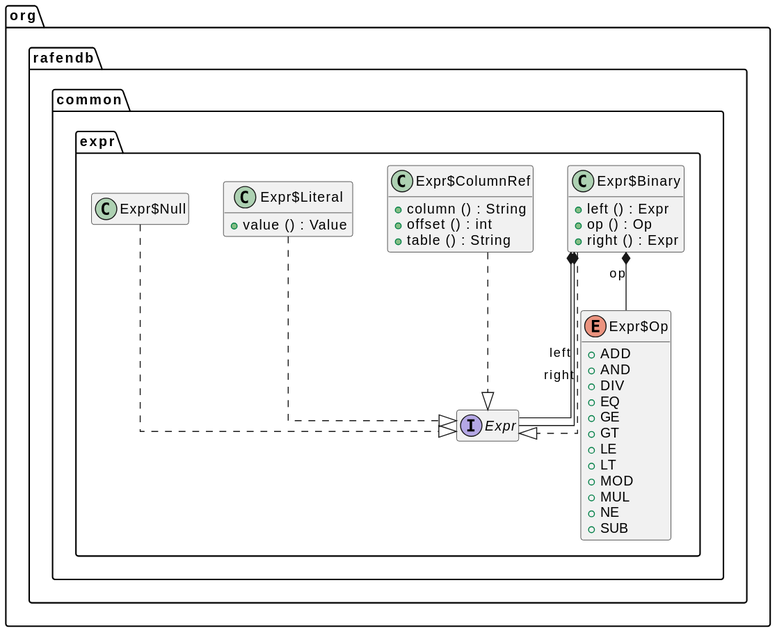
Earlier version of the PlantUML export docs/generated/common/common-expr.svg (m-akma1/rafendb). Its source is kept beside it as docs/generated/common/common-expr.puml. Its diagram source:
```plantuml
@startuml

set namespaceSeparator .
hide empty members
skinparam linetype ortho


interface org.rafendb.common.expr.Expr {
}


class org.rafendb.common.expr.Expr$Binary {
	{method} +left () : Expr
	{method} +op () : Op
	{method} +right () : Expr
}


class org.rafendb.common.expr.Expr$ColumnRef {
	{method} +column () : String
	{method} +offset () : int
	{method} +table () : String
}


class org.rafendb.common.expr.Expr$Literal {
	{method} +value () : Value
}


class org.rafendb.common.expr.Expr$Null {
}


enum org.rafendb.common.expr.Expr$Op {
	{field} +ADD
	{field} +AND
	{field} +DIV
	{field} +EQ
	{field} +GE
	{field} +GT
	{field} +LE
	{field} +LT
	{field} +MOD
	{field} +MUL
	{field} +NE
	{field} +SUB
}




org.rafendb.common.expr.Expr$Binary *--  org.rafendb.common.expr.Expr : left
org.rafendb.common.expr.Expr$Binary *--  org.rafendb.common.expr.Expr : right
org.rafendb.common.expr.Expr$Binary *--  org.rafendb.common.expr.Expr$Op : op
org.rafendb.common.expr.Expr$Binary ..|>  org.rafendb.common.expr.Expr
org.rafendb.common.expr.Expr$ColumnRef ..|>  org.rafendb.common.expr.Expr
org.rafendb.common.expr.Expr$Literal ..|>  org.rafendb.common.expr.Expr
org.rafendb.common.expr.Expr$Null ..|>  org.rafendb.common.expr.Expr


@enduml
```
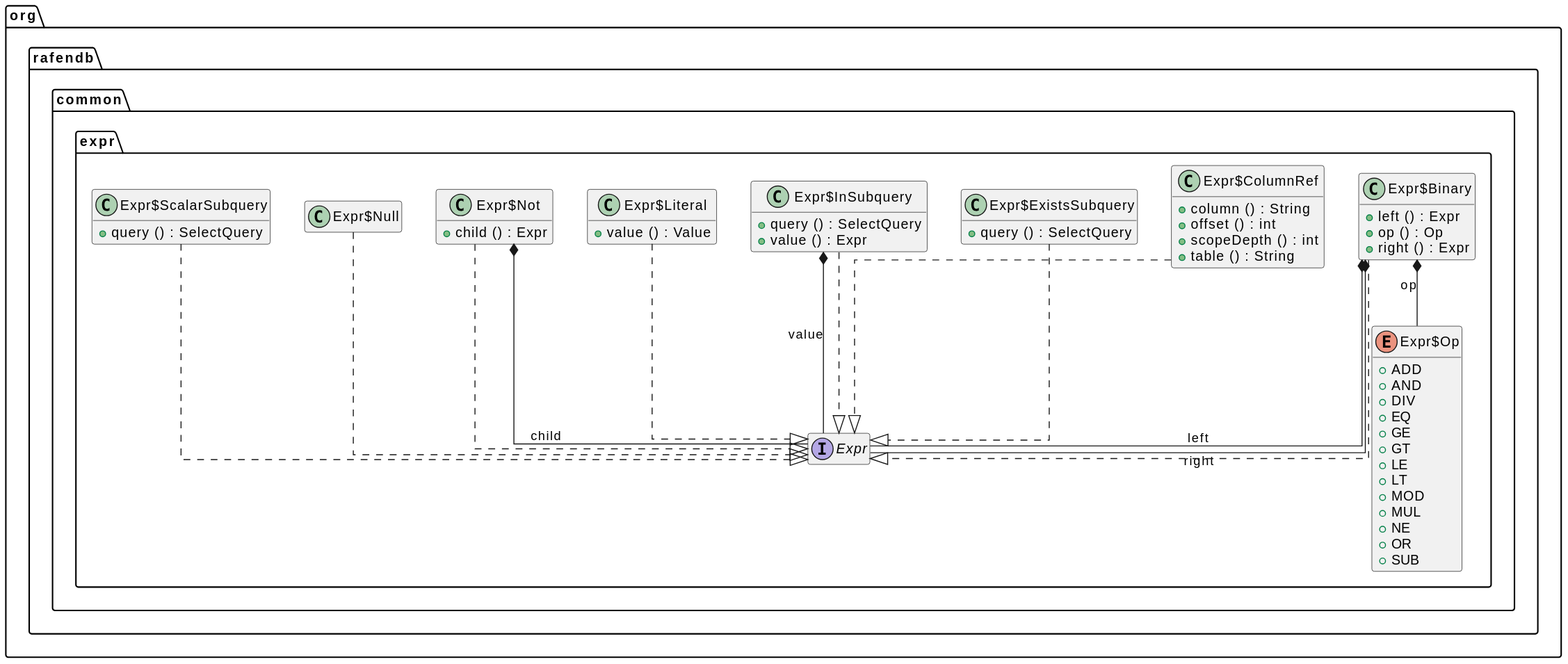
After the commit.

What changed in the source:
```diff
@@ -19,12 +19,29 @@
 class org.rafendb.common.expr.Expr$ColumnRef {
 	{method} +column () : String
 	{method} +offset () : int
+	{method} +scopeDepth () : int
 	{method} +table () : String
+}
+
+
+class org.rafendb.common.expr.Expr$ExistsSubquery {
+	{method} +query () : SelectQuery
+}
+
+
+class org.rafendb.common.expr.Expr$InSubquery {
+	{method} +query () : SelectQuery
+	{method} +value () : Expr
 }
 
 
 class org.rafendb.common.expr.Expr$Literal {
 	{method} +value () : Value
+}
+
+
+class org.rafendb.common.expr.Expr$Not {
+	{method} +child () : Expr
 }
 
 
@@ -44,7 +61,13 @@
 	{field} +MOD
 	{field} +MUL
 	{field} +NE
+	{field} +OR
 	{field} +SUB
+}
+
+
+class org.rafendb.common.expr.Expr$ScalarSubquery {
+	{method} +query () : SelectQuery
 }
 
 
@@ -55,8 +78,14 @@
 org.rafendb.common.expr.Expr$Binary *--  org.rafendb.common.expr.Expr$Op : op
 org.rafendb.common.expr.Expr$Binary ..|>  org.rafendb.common.expr.Expr
 org.rafendb.common.expr.Expr$ColumnRef ..|>  org.rafendb.common.expr.Expr
+org.rafendb.common.expr.Expr$ExistsSubquery ..|>  org.rafendb.common.expr.Expr
+org.rafendb.common.expr.Expr$InSubquery *--  org.rafendb.common.expr.Expr : value
+org.rafendb.common.expr.Expr$InSubquery ..|>  org.rafendb.common.expr.Expr
 org.rafendb.common.expr.Expr$Literal ..|>  org.rafendb.common.expr.Expr
+org.rafendb.common.expr.Expr$Not *--  org.rafendb.common.expr.Expr : child
+org.rafendb.common.expr.Expr$Not ..|>  org.rafendb.common.expr.Expr
 org.rafendb.common.expr.Expr$Null ..|>  org.rafendb.common.expr.Expr
+org.rafendb.common.expr.Expr$ScalarSubquery ..|>  org.rafendb.common.expr.Expr
 
 
 @enduml
```
